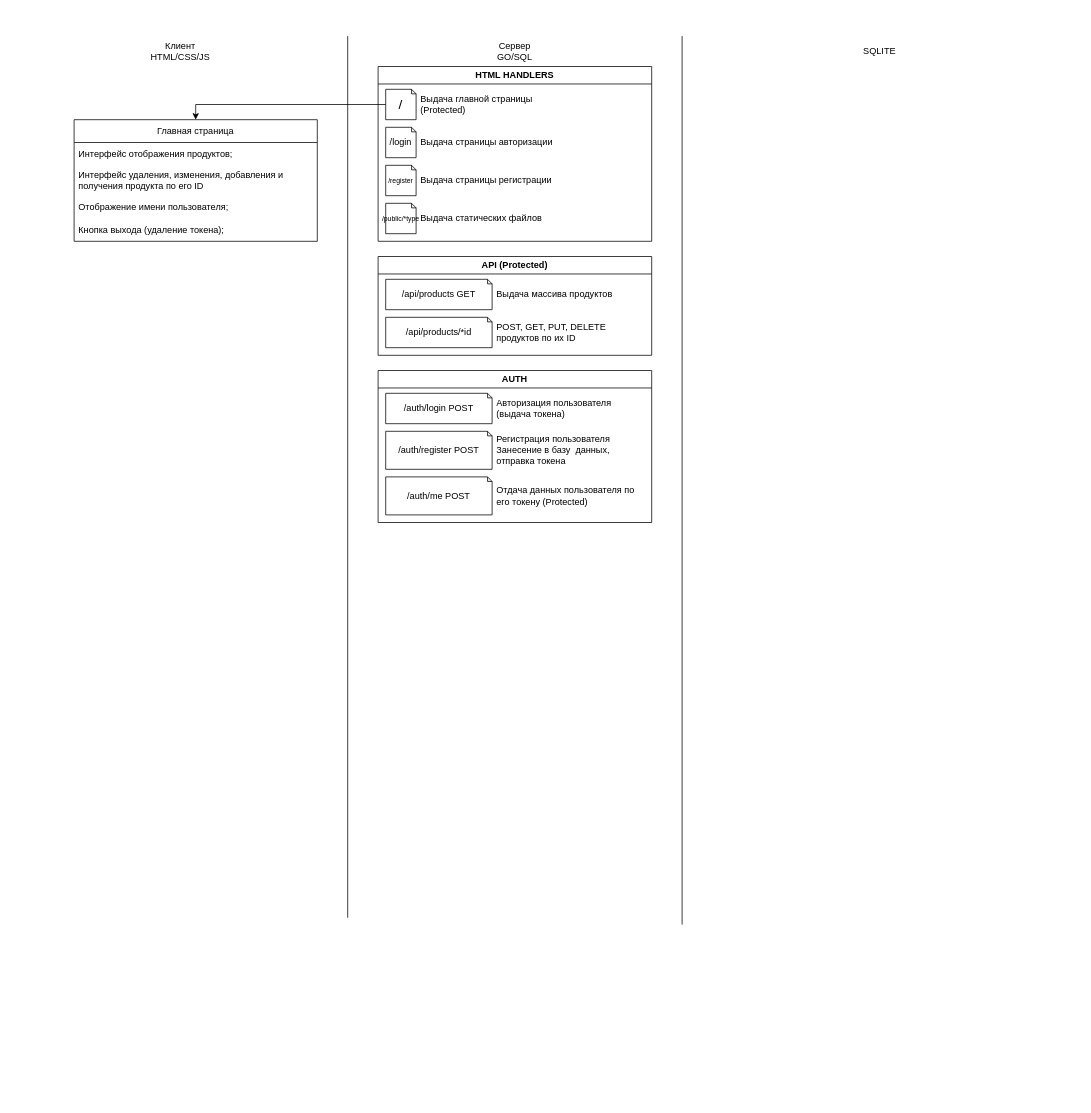
Earlier version of the draw.io diagram Диаграмма без названия.drawio (nzrsh/webapp). Source tidied: cells renumbered, new cells numbered last; positions are measured from the earlier drawing's top-left corner, leaving out a move shared by most shapes. Both pictures are drawn from the tidied source at 76%, with x=0, y=0 at pixel (74, 36).
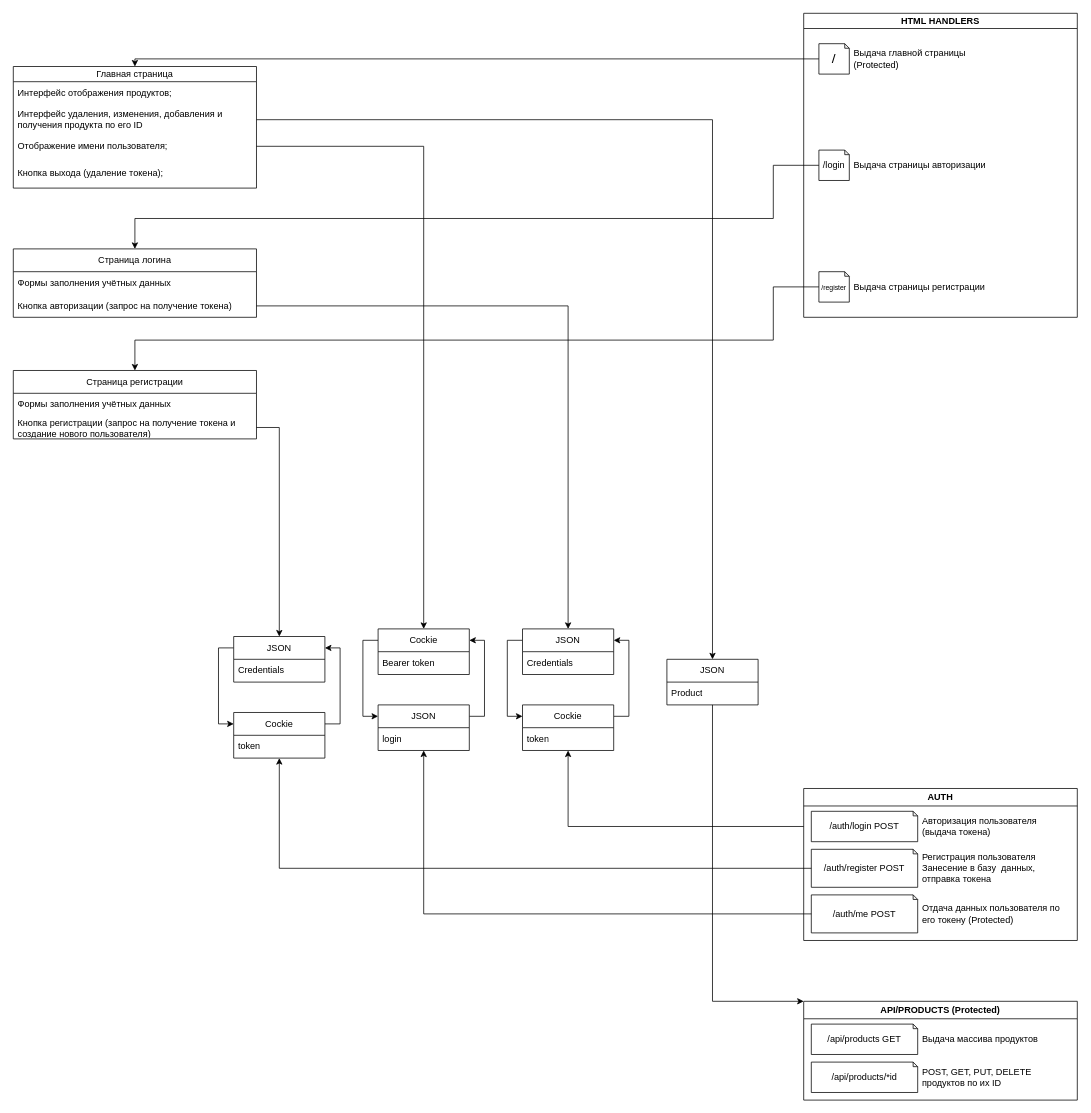
Above is the later version.

Unchanged cells that the change refers to:
```xml
<mxCell id="26" value="/auth/register POST" style="shape=note;whiteSpace=wrap;html=1;backgroundOutline=1;darkOpacity=0.05;size=6;" parent="25" vertex="1">
  <mxGeometry x="10" y="80" width="140" height="50" as="geometry" />
</mxCell>
<mxCell id="30" value="/auth/me POST" style="shape=note;whiteSpace=wrap;html=1;backgroundOutline=1;darkOpacity=0.05;size=6;" parent="25" vertex="1">
  <mxGeometry x="10" y="140" width="140" height="50" as="geometry" />
</mxCell>
```

Diff of the diagram source:
```diff
@@
-    <mxCell id="2" style="endArrow=none;html=1;rounded=0;" parent="1" edge="1">
-      <mxGeometry relative="1" as="geometry">
-        <mxPoint x="360" y="1160" as="sourcePoint" />
-        <mxPoint x="360" as="targetPoint" />
-      </mxGeometry>
-    </mxCell>
-    <mxCell id="3" value="&lt;div&gt;Сервер&lt;/div&gt;&lt;div&gt;GO/SQL&lt;br&gt;&lt;/div&gt;" style="text;html=1;align=center;verticalAlign=middle;whiteSpace=wrap;rounded=0;" parent="1" vertex="1">
-      <mxGeometry x="520" width="120" height="40" as="geometry" />
-    </mxCell>
-    <mxCell id="4" value="&lt;div align=&quot;center&quot;&gt;Клиент&lt;/div&gt;&lt;div align=&quot;center&quot;&gt;HTML/CSS/JS&lt;br&gt;&lt;/div&gt;" style="text;html=1;whiteSpace=wrap;overflow=hidden;rounded=0;align=center;" parent="1" vertex="1">
-      <mxGeometry x="80" width="120" height="40" as="geometry" />
-    </mxCell>
-    <mxCell id="5" value="HTML HANDLERS" style="swimlane;whiteSpace=wrap;html=1;" parent="1" vertex="1">
-      <mxGeometry x="400" y="40" width="360" height="230" as="geometry" />
+    <mxCell id="5" value="HTML HANDLERS" style="swimlane;whiteSpace=wrap;html=1;startSize=20;" parent="1" vertex="1">
+      <mxGeometry x="960" y="-30" width="360" height="400" as="geometry" />
     </mxCell>
     <mxCell id="6" value="/login" style="shape=note;whiteSpace=wrap;html=1;backgroundOutline=1;darkOpacity=0.05;size=6;" parent="5" vertex="1">
-      <mxGeometry x="10" y="80" width="40" height="40" as="geometry" />
+      <mxGeometry x="20" y="180" width="40" height="40" as="geometry" />
     </mxCell>
     <mxCell id="7" value="&lt;font style=&quot;font-size: 18px;&quot;&gt;/&lt;/font&gt;" style="shape=note;whiteSpace=wrap;html=1;backgroundOutline=1;darkOpacity=0.05;size=6;" parent="5" vertex="1">
-      <mxGeometry x="10" y="30" width="40" height="40" as="geometry" />
+      <mxGeometry x="20" y="40" width="40" height="40" as="geometry" />
     </mxCell>
     <mxCell id="8" value="&lt;font style=&quot;font-size: 9px;&quot;&gt;/register&lt;/font&gt;" style="shape=note;whiteSpace=wrap;html=1;backgroundOutline=1;darkOpacity=0.05;size=6;" parent="5" vertex="1">
-      <mxGeometry x="10" y="130" width="40" height="40" as="geometry" />
+      <mxGeometry x="20" y="340" width="40" height="40" as="geometry" />
     </mxCell>
     <mxCell id="9" value="Выдача главной страницы (Protected)" style="text;strokeColor=none;fillColor=none;align=left;verticalAlign=middle;spacingLeft=4;spacingRight=4;overflow=hidden;whiteSpace=wrap;html=1;" parent="5" vertex="1">
-      <mxGeometry x="50" y="30" width="200" height="40" as="geometry" />
+      <mxGeometry x="60" y="40" width="200" height="40" as="geometry" />
     </mxCell>
     <mxCell id="10" value="Выдача страницы авторизации" style="text;strokeColor=none;fillColor=none;align=left;verticalAlign=middle;spacingLeft=4;spacingRight=4;overflow=hidden;whiteSpace=wrap;html=1;" parent="5" vertex="1">
-      <mxGeometry x="50" y="80" width="200" height="40" as="geometry" />
+      <mxGeometry x="60" y="180" width="200" height="40" as="geometry" />
     </mxCell>
     <mxCell id="11" value="Выдача страницы регистрации" style="text;strokeColor=none;fillColor=none;align=left;verticalAlign=middle;spacingLeft=4;spacingRight=4;overflow=hidden;whiteSpace=wrap;html=1;" parent="5" vertex="1">
-      <mxGeometry x="50" y="130" width="200" height="40" as="geometry" />
+      <mxGeometry x="60" y="340" width="200" height="40" as="geometry" />
     </mxCell>
-    <mxCell id="12" value="&lt;font style=&quot;font-size: 9px;&quot;&gt;/public/*type&lt;br&gt;&lt;/font&gt;" style="shape=note;whiteSpace=wrap;html=1;backgroundOutline=1;darkOpacity=0.05;size=6;" parent="5" vertex="1">
-      <mxGeometry x="10" y="180" width="40" height="40" as="geometry" />
-    </mxCell>
-    <mxCell id="13" value="Выдача статических файлов" style="text;strokeColor=none;fillColor=none;align=left;verticalAlign=middle;spacingLeft=4;spacingRight=4;overflow=hidden;whiteSpace=wrap;html=1;" parent="5" vertex="1">
-      <mxGeometry x="50" y="180" width="200" height="40" as="geometry" />
-    </mxCell>
-    <mxCell id="14" value="Главная страница" style="swimlane;fontStyle=0;horizontal=1;startSize=30;whiteSpace=wrap;html=1;" parent="1" vertex="1">
-      <mxGeometry y="110" width="320" height="160" as="geometry" />
+    <mxCell id="14" value="Главная страница" style="swimlane;fontStyle=0;horizontal=1;startSize=20;whiteSpace=wrap;html=1;" parent="1" vertex="1">
+      <mxGeometry x="-80" y="40" width="320" height="160" as="geometry" />
     </mxCell>
     <mxCell id="15" value="Интерфейс отображения продуктов;" style="text;strokeColor=none;fillColor=none;align=left;verticalAlign=middle;spacingLeft=4;spacingRight=4;overflow=hidden;whiteSpace=wrap;html=1;" parent="14" vertex="1">
-      <mxGeometry y="30" width="320" height="30" as="geometry" />
+      <mxGeometry y="20" width="320" height="30" as="geometry" />
     </mxCell>
     <mxCell id="16" value="Интерфейс удаления, изменения, добавления и получения продукта по его ID" style="text;strokeColor=none;fillColor=none;align=left;verticalAlign=middle;spacingLeft=4;spacingRight=4;overflow=hidden;points=[[0,0.5],[1,0.5]];portConstraint=eastwest;whiteSpace=wrap;html=1;" parent="14" vertex="1">
-      <mxGeometry y="60" width="320" height="40" as="geometry" />
+      <mxGeometry y="50" width="320" height="40" as="geometry" />
     </mxCell>
     <mxCell id="17" value="Отображение имени пользователя;" style="text;strokeColor=none;fillColor=none;align=left;verticalAlign=middle;spacingLeft=4;spacingRight=4;overflow=hidden;points=[[0,0.5],[1,0.5]];portConstraint=eastwest;whiteSpace=wrap;html=1;" parent="14" vertex="1">
-      <mxGeometry y="100" width="320" height="30" as="geometry" />
+      <mxGeometry y="90" width="320" height="30" as="geometry" />
     </mxCell>
     <mxCell id="18" value="Кнопка выхода (удаление токена);" style="text;strokeColor=none;fillColor=none;align=left;verticalAlign=middle;spacingLeft=4;spacingRight=4;overflow=hidden;whiteSpace=wrap;html=1;" parent="14" vertex="1">
-      <mxGeometry y="130" width="320" height="30" as="geometry" />
+      <mxGeometry y="120" width="320" height="40" as="geometry" />
     </mxCell>
-    <mxCell id="19" style="edgeStyle=orthogonalEdgeStyle;rounded=0;jettySize=auto;html=1;entryX=0.5;entryY=0;entryDx=0;entryDy=0;" parent="1" edge="1" source="7" target="14">
-      <mxGeometry relative="1" as="geometry" />
-    </mxCell>
-    <mxCell id="20" value="API (Protected)" style="swimlane;whiteSpace=wrap;html=1;" parent="1" vertex="1">
-      <mxGeometry x="400" y="290" width="360" height="130" as="geometry" />
+    <mxCell id="20" value="API/PRODUCTS (Protected)" style="swimlane;whiteSpace=wrap;html=1;" parent="1" vertex="1">
+      <mxGeometry x="960" y="1270" width="360" height="130" as="geometry" />
     </mxCell>
@@
+    <mxCell id="34" style="edgeStyle=orthogonalEdgeStyle;rounded=0;jettySize=auto;html=1;exitX=0;exitY=0.25;exitDx=0;exitDy=0;" parent="1" edge="1" source="25" target="50">
+      <mxGeometry relative="1" as="geometry" />
+    </mxCell>
     <mxCell id="25" value="AUTH" style="swimlane;whiteSpace=wrap;html=1;" parent="1" vertex="1">
-      <mxGeometry x="400" y="440" width="360" height="200" as="geometry" />
+      <mxGeometry x="960" y="990" width="360" height="200" as="geometry" />
     </mxCell>
@@
-    <mxCell id="32" style="endArrow=none;html=1;rounded=0;" parent="1" edge="1">
-      <mxGeometry relative="1" as="geometry">
-        <mxPoint x="800" y="1169" as="sourcePoint" />
-        <mxPoint x="800" as="targetPoint" />
-      </mxGeometry>
-    </mxCell>
-    <mxCell id="33" value="SQLITE " style="text;html=1;align=center;verticalAlign=middle;whiteSpace=wrap;rounded=0;" parent="1" vertex="1">
-      <mxGeometry x="1000" width="120" height="40" as="geometry" />
-    </mxCell>
+    <mxCell id="35" value="Страница логина" style="swimlane;fontStyle=0;horizontal=1;startSize=30;whiteSpace=wrap;html=1;" parent="1" vertex="1">
+      <mxGeometry x="-80" y="280" width="320" height="90" as="geometry" />
+    </mxCell>
+    <mxCell id="36" value="Формы заполнения учётных данных" style="text;strokeColor=none;fillColor=none;align=left;verticalAlign=middle;spacingLeft=4;spacingRight=4;overflow=hidden;whiteSpace=wrap;html=1;" parent="35" vertex="1">
+      <mxGeometry y="30" width="320" height="30" as="geometry" />
+    </mxCell>
+    <mxCell id="37" value="&lt;div&gt;Кнопка авторизации (запрос на получение токена)&lt;/div&gt;" style="text;strokeColor=none;fillColor=none;align=left;verticalAlign=middle;spacingLeft=4;spacingRight=4;overflow=hidden;points=[[0,0.5],[1,0.5]];portConstraint=eastwest;whiteSpace=wrap;html=1;" parent="35" vertex="1">
+      <mxGeometry y="60" width="320" height="30" as="geometry" />
+    </mxCell>
+    <mxCell id="38" value="Страница регистрации" style="swimlane;fontStyle=0;horizontal=1;startSize=30;whiteSpace=wrap;html=1;" parent="1" vertex="1">
+      <mxGeometry x="-80" y="440" width="320" height="90" as="geometry" />
+    </mxCell>
+    <mxCell id="39" value="Формы заполнения учётных данных" style="text;strokeColor=none;fillColor=none;align=left;verticalAlign=middle;spacingLeft=4;spacingRight=4;overflow=hidden;whiteSpace=wrap;html=1;" parent="38" vertex="1">
+      <mxGeometry y="30" width="320" height="30" as="geometry" />
+    </mxCell>
+    <mxCell id="40" value="&lt;div&gt;Кнопка регистрации (запрос на получение токена и создание нового пользователя)&lt;/div&gt;" style="text;strokeColor=none;fillColor=none;align=left;verticalAlign=middle;spacingLeft=4;spacingRight=4;overflow=hidden;points=[[0,0.5],[1,0.5]];portConstraint=eastwest;whiteSpace=wrap;html=1;" parent="38" vertex="1">
+      <mxGeometry y="60" width="320" height="30" as="geometry" />
+    </mxCell>
+    <mxCell id="19" style="edgeStyle=orthogonalEdgeStyle;rounded=0;jettySize=auto;html=1;exitX=0;exitY=0.5;exitDx=0;exitDy=0;exitPerimeter=0;entryX=0.5;entryY=0;entryDx=0;entryDy=0;" parent="1" edge="1" source="7" target="14">
+      <mxGeometry relative="1" as="geometry">
+        <Array as="points">
+          <mxPoint x="80" y="30" />
+        </Array>
+      </mxGeometry>
+    </mxCell>
+    <mxCell id="41" style="edgeStyle=orthogonalEdgeStyle;rounded=0;jettySize=auto;html=1;exitX=1;exitY=0.5;exitDx=0;exitDy=0;entryX=0.5;entryY=0;entryDx=0;entryDy=0;" parent="1" edge="1" source="17" target="43">
+      <mxGeometry relative="1" as="geometry" />
+    </mxCell>
+    <mxCell id="42" style="edgeStyle=orthogonalEdgeStyle;rounded=0;jettySize=auto;html=1;exitX=0;exitY=0.25;exitDx=0;exitDy=0;entryX=0;entryY=0.25;entryDx=0;entryDy=0;" parent="1" edge="1" source="43" target="46">
+      <mxGeometry relative="1" as="geometry" />
+    </mxCell>
+    <mxCell id="43" value="Cockie" style="swimlane;fontStyle=0;horizontal=1;startSize=30;whiteSpace=wrap;html=1;" parent="1" vertex="1">
+      <mxGeometry x="400" y="780" width="120" height="60" as="geometry" />
+    </mxCell>
+    <mxCell id="44" value="Bearer token" style="text;strokeColor=none;fillColor=none;align=left;verticalAlign=middle;spacingLeft=4;spacingRight=4;overflow=hidden;whiteSpace=wrap;html=1;" parent="43" vertex="1">
+      <mxGeometry y="30" width="120" height="30" as="geometry" />
+    </mxCell>
+    <mxCell id="45" style="edgeStyle=orthogonalEdgeStyle;rounded=0;jettySize=auto;html=1;exitX=1;exitY=0.25;exitDx=0;exitDy=0;entryX=1;entryY=0.25;entryDx=0;entryDy=0;" parent="1" edge="1" source="46" target="43">
+      <mxGeometry relative="1" as="geometry" />
+    </mxCell>
+    <mxCell id="46" value="JSON" style="swimlane;fontStyle=0;horizontal=1;startSize=30;whiteSpace=wrap;html=1;" parent="1" vertex="1">
+      <mxGeometry x="400" y="880" width="120" height="60" as="geometry" />
+    </mxCell>
+    <mxCell id="47" value="login" style="text;strokeColor=none;fillColor=none;align=left;verticalAlign=middle;spacingLeft=4;spacingRight=4;overflow=hidden;whiteSpace=wrap;html=1;" parent="46" vertex="1">
+      <mxGeometry y="30" width="120" height="30" as="geometry" />
+    </mxCell>
+    <mxCell id="48" style="edgeStyle=orthogonalEdgeStyle;rounded=0;jettySize=auto;html=1;exitX=0;exitY=0.5;exitDx=0;exitDy=0;exitPerimeter=0;entryX=0.5;entryY=1;entryDx=0;entryDy=0;" parent="1" edge="1" source="30" target="46">
+      <mxGeometry relative="1" as="geometry" />
+    </mxCell>
+    <mxCell id="49" style="edgeStyle=orthogonalEdgeStyle;rounded=0;jettySize=auto;html=1;exitX=1;exitY=0.25;exitDx=0;exitDy=0;entryX=1;entryY=0.25;entryDx=0;entryDy=0;" parent="1" edge="1" source="50" target="53">
+      <mxGeometry relative="1" as="geometry">
+        <Array as="points">
+          <mxPoint x="730" y="795" />
+        </Array>
+      </mxGeometry>
+    </mxCell>
+    <mxCell id="50" value="Cockie" style="swimlane;fontStyle=0;horizontal=1;startSize=30;whiteSpace=wrap;html=1;" parent="1" vertex="1">
+      <mxGeometry x="590" y="880" width="120" height="60" as="geometry" />
+    </mxCell>
+    <mxCell id="51" value="token" style="text;strokeColor=none;fillColor=none;align=left;verticalAlign=middle;spacingLeft=4;spacingRight=4;overflow=hidden;whiteSpace=wrap;html=1;" parent="50" vertex="1">
+      <mxGeometry y="30" width="120" height="30" as="geometry" />
+    </mxCell>
+    <mxCell id="52" style="edgeStyle=orthogonalEdgeStyle;rounded=0;jettySize=auto;html=1;exitX=0;exitY=0.25;exitDx=0;exitDy=0;entryX=0;entryY=0.25;entryDx=0;entryDy=0;" parent="1" edge="1" source="53" target="50">
+      <mxGeometry relative="1" as="geometry" />
+    </mxCell>
+    <mxCell id="53" value="JSON" style="swimlane;fontStyle=0;horizontal=1;startSize=30;whiteSpace=wrap;html=1;" parent="1" vertex="1">
+      <mxGeometry x="590" y="780" width="120" height="60" as="geometry" />
+    </mxCell>
+    <mxCell id="54" value="Credentials" style="text;strokeColor=none;fillColor=none;align=left;verticalAlign=middle;spacingLeft=4;spacingRight=4;overflow=hidden;points=[[0,0.5],[1,0.5]];portConstraint=eastwest;whiteSpace=wrap;html=1;" parent="53" vertex="1">
+      <mxGeometry y="30" width="120" height="30" as="geometry" />
+    </mxCell>
+    <mxCell id="55" style="edgeStyle=orthogonalEdgeStyle;rounded=0;jettySize=auto;html=1;exitX=0.5;exitY=1;exitDx=0;exitDy=0;entryX=0.5;entryY=1.002;entryDx=0;entryDy=0;entryPerimeter=0;" parent="53" edge="1" source="53" target="54">
+      <mxGeometry relative="1" as="geometry" />
+    </mxCell>
+    <mxCell id="56" style="edgeStyle=orthogonalEdgeStyle;rounded=0;jettySize=auto;html=1;exitX=1;exitY=0.5;exitDx=0;exitDy=0;entryX=0.5;entryY=0;entryDx=0;entryDy=0;" parent="1" edge="1" source="37" target="53">
+      <mxGeometry relative="1" as="geometry" />
+    </mxCell>
+    <mxCell id="57" style="edgeStyle=orthogonalEdgeStyle;rounded=0;jettySize=auto;html=1;exitX=0;exitY=0.25;exitDx=0;exitDy=0;entryX=0;entryY=0.25;entryDx=0;entryDy=0;" parent="1" edge="1" source="58" target="62">
+      <mxGeometry relative="1" as="geometry" />
+    </mxCell>
+    <mxCell id="58" value="JSON" style="swimlane;fontStyle=0;horizontal=1;startSize=30;whiteSpace=wrap;html=1;" parent="1" vertex="1">
+      <mxGeometry x="210" y="790" width="120" height="60" as="geometry" />
+    </mxCell>
+    <mxCell id="59" value="Credentials" style="text;strokeColor=none;fillColor=none;align=left;verticalAlign=middle;spacingLeft=4;spacingRight=4;overflow=hidden;whiteSpace=wrap;html=1;" parent="58" vertex="1">
+      <mxGeometry y="30" width="120" height="30" as="geometry" />
+    </mxCell>
+    <mxCell id="60" style="edgeStyle=orthogonalEdgeStyle;rounded=0;jettySize=auto;html=1;exitX=1;exitY=0.5;exitDx=0;exitDy=0;entryX=0.5;entryY=0;entryDx=0;entryDy=0;" parent="1" edge="1" source="40" target="58">
+      <mxGeometry relative="1" as="geometry" />
+    </mxCell>
+    <mxCell id="61" style="edgeStyle=orthogonalEdgeStyle;rounded=0;jettySize=auto;html=1;exitX=1;exitY=0.25;exitDx=0;exitDy=0;entryX=1;entryY=0.25;entryDx=0;entryDy=0;" parent="1" edge="1" source="62" target="58">
+      <mxGeometry relative="1" as="geometry" />
+    </mxCell>
+    <mxCell id="62" value="Cockie" style="swimlane;fontStyle=0;horizontal=1;startSize=30;whiteSpace=wrap;html=1;" parent="1" vertex="1">
+      <mxGeometry x="210" y="890" width="120" height="60" as="geometry" />
+    </mxCell>
+    <mxCell id="63" value="token" style="text;strokeColor=none;fillColor=none;align=left;verticalAlign=middle;spacingLeft=4;spacingRight=4;overflow=hidden;whiteSpace=wrap;html=1;" parent="62" vertex="1">
+      <mxGeometry y="30" width="120" height="30" as="geometry" />
+    </mxCell>
+    <mxCell id="64" style="edgeStyle=orthogonalEdgeStyle;rounded=0;jettySize=auto;html=1;exitX=0;exitY=0.5;exitDx=0;exitDy=0;exitPerimeter=0;" parent="1" edge="1" source="26" target="62">
+      <mxGeometry relative="1" as="geometry" />
+    </mxCell>
+    <mxCell id="65" style="edgeStyle=orthogonalEdgeStyle;rounded=0;jettySize=auto;html=1;exitX=0;exitY=0.5;exitDx=0;exitDy=0;exitPerimeter=0;entryX=0.5;entryY=0;entryDx=0;entryDy=0;" parent="1" edge="1" source="6" target="35">
+      <mxGeometry relative="1" as="geometry">
+        <Array as="points">
+          <mxPoint x="920" y="170" />
+          <mxPoint x="920" y="240" />
+          <mxPoint x="80" y="240" />
+        </Array>
+      </mxGeometry>
+    </mxCell>
+    <mxCell id="66" style="edgeStyle=orthogonalEdgeStyle;rounded=0;jettySize=auto;html=1;exitX=0;exitY=0.5;exitDx=0;exitDy=0;exitPerimeter=0;entryX=0.5;entryY=0;entryDx=0;entryDy=0;" parent="1" edge="1" source="8" target="38">
+      <mxGeometry relative="1" as="geometry">
+        <Array as="points">
+          <mxPoint x="920" y="330" />
+          <mxPoint x="920" y="400" />
+          <mxPoint x="80" y="400" />
+        </Array>
+      </mxGeometry>
+    </mxCell>
+    <mxCell id="67" style="edgeStyle=orthogonalEdgeStyle;rounded=0;jettySize=auto;html=1;exitX=0.5;exitY=1;exitDx=0;exitDy=0;entryX=0;entryY=0;entryDx=0;entryDy=0;" parent="1" edge="1" source="68" target="20">
+      <mxGeometry relative="1" as="geometry">
+        <Array as="points">
+          <mxPoint x="840" y="1270" />
+        </Array>
+      </mxGeometry>
+    </mxCell>
+    <mxCell id="68" value="JSON" style="swimlane;fontStyle=0;horizontal=1;startSize=30;whiteSpace=wrap;html=1;" parent="1" vertex="1">
+      <mxGeometry x="780" y="820" width="120" height="60" as="geometry" />
+    </mxCell>
+    <mxCell id="69" value="Product" style="text;strokeColor=none;fillColor=none;align=left;verticalAlign=middle;spacingLeft=4;spacingRight=4;overflow=hidden;points=[[0,0.5],[1,0.5]];portConstraint=eastwest;whiteSpace=wrap;html=1;" parent="68" vertex="1">
+      <mxGeometry y="30" width="120" height="30" as="geometry" />
+    </mxCell>
+    <mxCell id="70" style="edgeStyle=orthogonalEdgeStyle;rounded=0;jettySize=auto;html=1;exitX=0.5;exitY=1;exitDx=0;exitDy=0;entryX=0.5;entryY=1.002;entryDx=0;entryDy=0;entryPerimeter=0;" parent="68" edge="1" source="68" target="69">
+      <mxGeometry relative="1" as="geometry" />
+    </mxCell>
+    <mxCell id="71" style="edgeStyle=orthogonalEdgeStyle;rounded=0;jettySize=auto;html=1;exitX=1;exitY=0.5;exitDx=0;exitDy=0;entryX=0.5;entryY=0;entryDx=0;entryDy=0;" parent="1" edge="1" source="16" target="68">
+      <mxGeometry relative="1" as="geometry" />
+    </mxCell>
```
